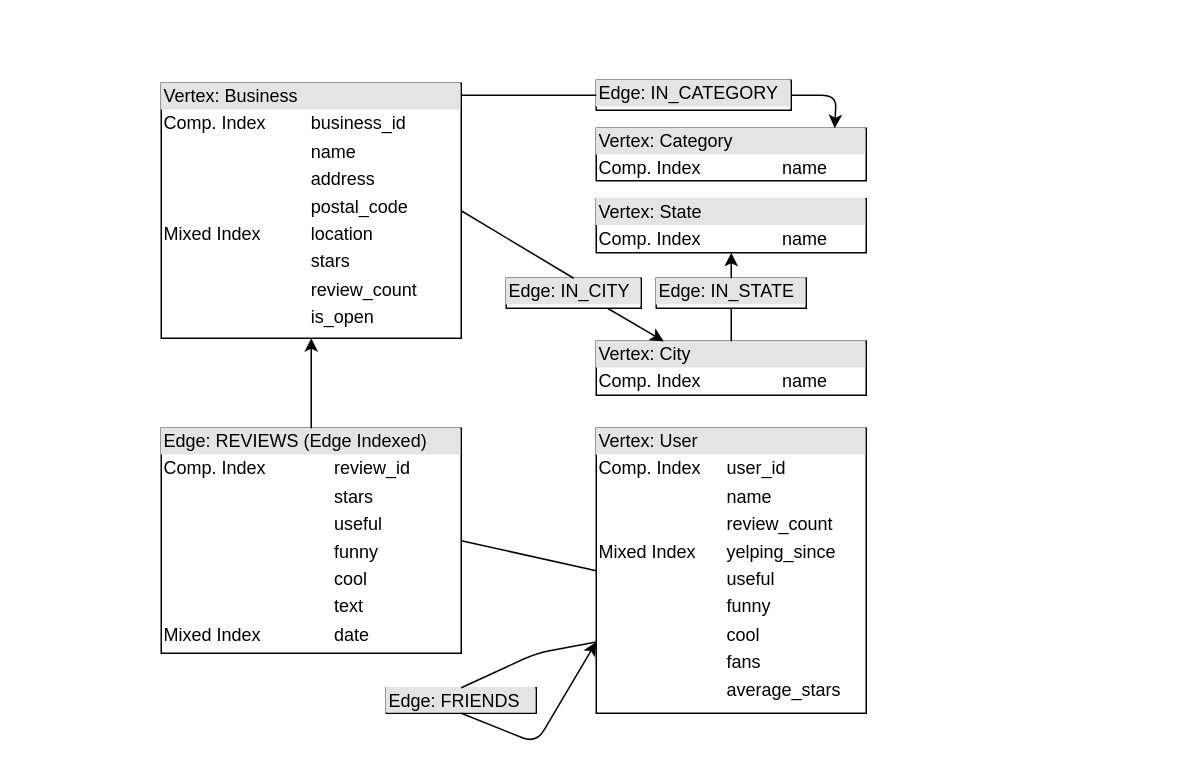
DavidBakerEffendi/providentia keeps this draw.io diagram as providentia-report/drawio/janus-design.drawio. Above is the earlier version. Source tidied: cells renumbered, new cells numbered last; positions are measured from the earlier drawing's top-left corner, leaving out a move shared by most shapes. Both pictures are drawn from the tidied source at 150%, with x=0, y=0 at pixel (160, 80).
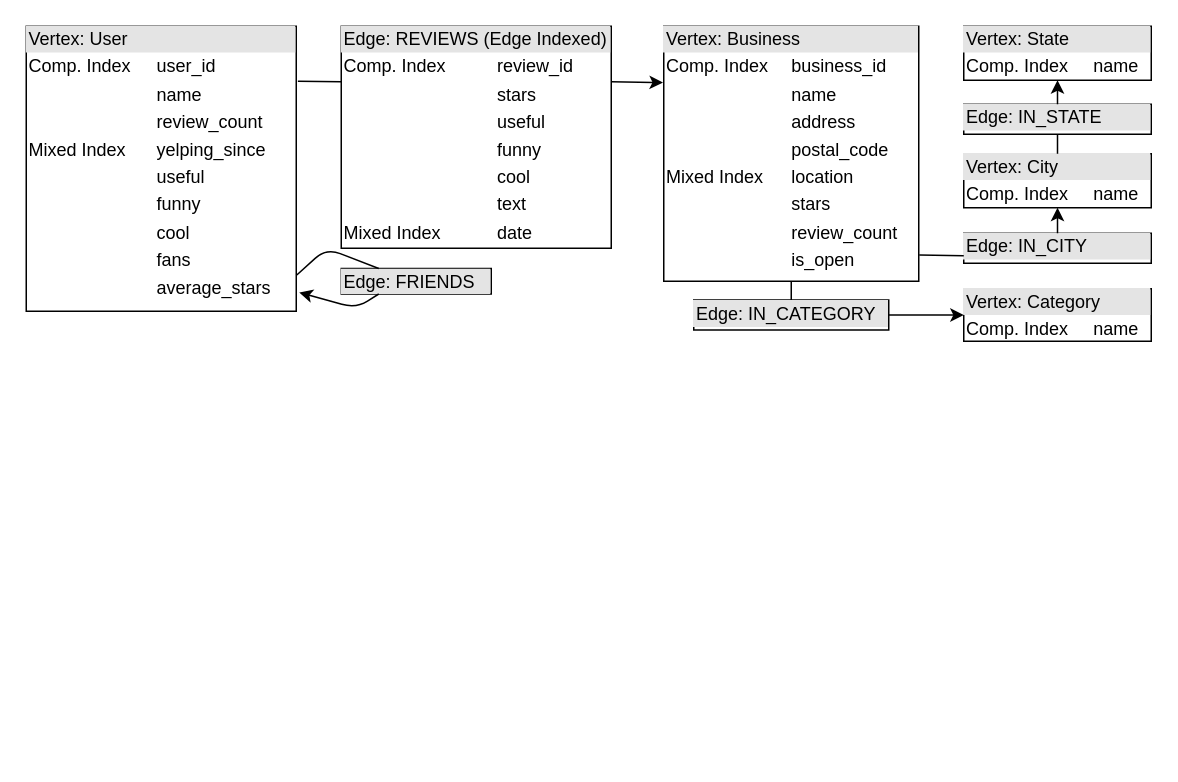
Above is the later version.

Diff of the diagram source:
```diff
@@
     <mxCell id="2" value="&lt;div style=&quot;box-sizing: border-box ; width: 100% ; background: #e4e4e4 ; padding: 2px&quot;&gt;Edge: REVIEWS (Edge Indexed)&lt;/div&gt;&lt;table style=&quot;width: 100% ; font-size: 1em&quot; cellpadding=&quot;2&quot; cellspacing=&quot;0&quot;&gt;&lt;tbody&gt;&lt;tr&gt;&lt;td&gt;Comp. Index&lt;/td&gt;&lt;td&gt;review_id&lt;/td&gt;&lt;/tr&gt;&lt;tr&gt;&lt;td&gt;&lt;br&gt;&lt;/td&gt;&lt;td&gt;stars&lt;/td&gt;&lt;/tr&gt;&lt;tr&gt;&lt;td&gt;&lt;br&gt;&lt;/td&gt;&lt;td&gt;useful&lt;/td&gt;&lt;/tr&gt;&lt;tr&gt;&lt;td&gt;&lt;br&gt;&lt;/td&gt;&lt;td&gt;funny&lt;/td&gt;&lt;/tr&gt;&lt;tr&gt;&lt;td&gt;&lt;br&gt;&lt;/td&gt;&lt;td&gt;cool&lt;/td&gt;&lt;/tr&gt;&lt;tr&gt;&lt;td&gt;&lt;br&gt;&lt;/td&gt;&lt;td&gt;text&lt;/td&gt;&lt;/tr&gt;&lt;tr&gt;&lt;td&gt;Mixed Index&lt;/td&gt;&lt;td&gt;date&lt;/td&gt;&lt;/tr&gt;&lt;/tbody&gt;&lt;/table&gt;" style="verticalAlign=top;align=left;overflow=fill;html=1;" parent="1" vertex="1">
-      <mxGeometry y="232" width="200" height="150" as="geometry" />
+      <mxGeometry x="120" y="-36" width="180" height="148" as="geometry" />
     </mxCell>
     <mxCell id="3" value="&lt;div style=&quot;box-sizing: border-box ; width: 100% ; background: #e4e4e4 ; padding: 2px&quot;&gt;Vertex: Business&lt;/div&gt;&lt;table style=&quot;width: 100% ; font-size: 1em&quot; cellpadding=&quot;2&quot; cellspacing=&quot;0&quot;&gt;&lt;tbody&gt;&lt;tr&gt;&lt;td&gt;Comp. Index&lt;/td&gt;&lt;td&gt;business_id&lt;/td&gt;&lt;/tr&gt;&lt;tr&gt;&lt;td&gt;&lt;br&gt;&lt;/td&gt;&lt;td&gt;name&lt;/td&gt;&lt;/tr&gt;&lt;tr&gt;&lt;td&gt;&lt;br&gt;&lt;/td&gt;&lt;td&gt;address&lt;/td&gt;&lt;/tr&gt;&lt;tr&gt;&lt;td&gt;&lt;br&gt;&lt;/td&gt;&lt;td&gt;postal_code&lt;/td&gt;&lt;/tr&gt;&lt;tr&gt;&lt;td&gt;Mixed Index&lt;/td&gt;&lt;td&gt;location&lt;/td&gt;&lt;/tr&gt;&lt;tr&gt;&lt;td&gt;&lt;br&gt;&lt;/td&gt;&lt;td&gt;stars&lt;/td&gt;&lt;/tr&gt;&lt;tr&gt;&lt;td&gt;&lt;br&gt;&lt;/td&gt;&lt;td&gt;review_count&lt;/td&gt;&lt;/tr&gt;&lt;tr&gt;&lt;td&gt;&lt;br&gt;&lt;/td&gt;&lt;td&gt;is_open&lt;/td&gt;&lt;/tr&gt;&lt;/tbody&gt;&lt;/table&gt;" style="verticalAlign=top;align=left;overflow=fill;html=1;" parent="1" vertex="1">
-      <mxGeometry y="2" width="200" height="170" as="geometry" />
+      <mxGeometry x="335" y="-36" width="170" height="170" as="geometry" />
     </mxCell>
     <mxCell id="4" value="&lt;div style=&quot;box-sizing: border-box ; width: 100% ; background: #e4e4e4 ; padding: 2px&quot;&gt;Vertex: Category&lt;/div&gt;&lt;table style=&quot;width: 100% ; font-size: 1em&quot; cellpadding=&quot;2&quot; cellspacing=&quot;0&quot;&gt;&lt;tbody&gt;&lt;tr&gt;&lt;td&gt;Comp. Index&lt;/td&gt;&lt;td&gt;name&lt;/td&gt;&lt;/tr&gt;&lt;/tbody&gt;&lt;/table&gt;" style="verticalAlign=top;align=left;overflow=fill;html=1;" parent="1" vertex="1">
-      <mxGeometry x="290" y="32" width="180" height="35" as="geometry" />
+      <mxGeometry x="535" y="139" width="125" height="35" as="geometry" />
     </mxCell>
     <mxCell id="5" value="&lt;div style=&quot;box-sizing: border-box ; width: 100% ; background: #e4e4e4 ; padding: 2px&quot;&gt;Edge: FRIENDS&lt;/div&gt;&lt;table style=&quot;width: 100% ; font-size: 1em&quot; cellpadding=&quot;2&quot; cellspacing=&quot;0&quot;&gt;&lt;tbody&gt;&lt;/tbody&gt;&lt;/table&gt;" style="verticalAlign=top;align=left;overflow=fill;html=1;" parent="1" vertex="1">
-      <mxGeometry x="150" y="405" width="100" height="17" as="geometry" />
+      <mxGeometry x="120" y="125.5" width="100" height="17" as="geometry" />
     </mxCell>
     <mxCell id="6" value="&lt;div style=&quot;box-sizing: border-box ; width: 100% ; background: #e4e4e4 ; padding: 2px&quot;&gt;Vertex: User&lt;/div&gt;&lt;table style=&quot;width: 100% ; font-size: 1em&quot; cellpadding=&quot;2&quot; cellspacing=&quot;0&quot;&gt;&lt;tbody&gt;&lt;tr&gt;&lt;td&gt;Comp. Index&lt;/td&gt;&lt;td&gt;user_id&lt;/td&gt;&lt;/tr&gt;&lt;tr&gt;&lt;td&gt;&lt;br&gt;&lt;/td&gt;&lt;td&gt;name&lt;/td&gt;&lt;/tr&gt;&lt;tr&gt;&lt;td&gt;&lt;/td&gt;&lt;td&gt;review_count&lt;br&gt;&lt;/td&gt;&lt;/tr&gt;&lt;tr&gt;&lt;td&gt;Mixed Index&lt;/td&gt;&lt;td&gt;yelping_since&lt;/td&gt;&lt;/tr&gt;&lt;tr&gt;&lt;td&gt;&lt;br&gt;&lt;/td&gt;&lt;td&gt;useful&lt;/td&gt;&lt;/tr&gt;&lt;tr&gt;&lt;td&gt;&lt;br&gt;&lt;/td&gt;&lt;td&gt;funny&lt;/td&gt;&lt;/tr&gt;&lt;tr&gt;&lt;td&gt;&lt;br&gt;&lt;/td&gt;&lt;td&gt;cool&lt;/td&gt;&lt;/tr&gt;&lt;tr&gt;&lt;td&gt;&lt;br&gt;&lt;/td&gt;&lt;td&gt;fans&lt;/td&gt;&lt;/tr&gt;&lt;tr&gt;&lt;td&gt;&lt;br&gt;&lt;/td&gt;&lt;td&gt;average_stars&lt;/td&gt;&lt;/tr&gt;&lt;/tbody&gt;&lt;/table&gt;" style="verticalAlign=top;align=left;overflow=fill;html=1;" parent="1" vertex="1">
-      <mxGeometry x="290" y="232" width="180" height="190" as="geometry" />
+      <mxGeometry x="-90" y="-36" width="180" height="190" as="geometry" />
     </mxCell>
     <mxCell id="7" value="&lt;div style=&quot;box-sizing: border-box ; width: 100% ; background: #e4e4e4 ; padding: 2px&quot;&gt;Vertex: City&lt;/div&gt;&lt;table style=&quot;width: 100% ; font-size: 1em&quot; cellpadding=&quot;2&quot; cellspacing=&quot;0&quot;&gt;&lt;tbody&gt;&lt;tr&gt;&lt;td&gt;Comp. Index&lt;/td&gt;&lt;td&gt;name&lt;/td&gt;&lt;/tr&gt;&lt;tr&gt;&lt;td&gt;&lt;/td&gt;&lt;td&gt;&lt;br&gt;&lt;/td&gt;&lt;/tr&gt;&lt;/tbody&gt;&lt;/table&gt;" style="verticalAlign=top;align=left;overflow=fill;html=1;" parent="1" vertex="1">
-      <mxGeometry x="290" y="174" width="180" height="36" as="geometry" />
+      <mxGeometry x="535" y="49" width="125" height="36" as="geometry" />
     </mxCell>
     <mxCell id="8" value="&lt;div style=&quot;box-sizing: border-box ; width: 100% ; background: #e4e4e4 ; padding: 2px&quot;&gt;Edge: IN_CATEGORY&lt;/div&gt;&lt;table style=&quot;width: 100% ; font-size: 1em&quot; cellpadding=&quot;2&quot; cellspacing=&quot;0&quot;&gt;&lt;tbody&gt;&lt;/tbody&gt;&lt;/table&gt;" style="verticalAlign=top;align=left;overflow=fill;html=1;" parent="1" vertex="1">
-      <mxGeometry x="290" width="130" height="20" as="geometry" />
+      <mxGeometry x="355" y="146.5" width="130" height="20" as="geometry" />
     </mxCell>
     <mxCell id="9" value="&lt;div style=&quot;box-sizing: border-box ; width: 100% ; background: #e4e4e4 ; padding: 2px&quot;&gt;Vertex: State&lt;/div&gt;&lt;table style=&quot;width: 100% ; font-size: 1em&quot; cellpadding=&quot;2&quot; cellspacing=&quot;0&quot;&gt;&lt;tbody&gt;&lt;tr&gt;&lt;td&gt;Comp. Index&lt;/td&gt;&lt;td&gt;name&lt;/td&gt;&lt;/tr&gt;&lt;tr&gt;&lt;td&gt;&lt;/td&gt;&lt;td&gt;&lt;br&gt;&lt;/td&gt;&lt;/tr&gt;&lt;/tbody&gt;&lt;/table&gt;" style="verticalAlign=top;align=left;overflow=fill;html=1;" parent="1" vertex="1">
-      <mxGeometry x="290" y="79" width="180" height="36" as="geometry" />
+      <mxGeometry x="535" y="-36" width="125" height="36" as="geometry" />
     </mxCell>
-    <mxCell id="10" style="endArrow=classic;html=1;entryX=0.5;entryY=1;entryDx=0;entryDy=0;exitX=0.5;exitY=0;exitDx=0;exitDy=0;" parent="1" edge="1" source="2" target="3">
+    <mxCell id="10" style="endArrow=classic;html=1;entryX=-0.003;entryY=0.221;entryDx=0;entryDy=0;exitX=1;exitY=0.25;exitDx=0;exitDy=0;entryPerimeter=0;" parent="1" edge="1" source="2" target="3">
       <mxGeometry relative="1" as="geometry" />
     </mxCell>
-    <mxCell id="11" style="endArrow=none;html=1;entryX=0;entryY=0.5;entryDx=0;entryDy=0;exitX=1;exitY=0.5;exitDx=0;exitDy=0;" parent="1" edge="1" source="2" target="6">
+    <mxCell id="11" style="endArrow=none;html=1;exitX=0;exitY=0.25;exitDx=0;exitDy=0;entryX=1.006;entryY=0.193;entryDx=0;entryDy=0;entryPerimeter=0;" parent="1" edge="1" source="2" target="6">
       <mxGeometry relative="1" as="geometry" />
     </mxCell>
-    <mxCell id="12" style="endArrow=classic;html=1;entryX=0;entryY=0.75;entryDx=0;entryDy=0;exitX=0.5;exitY=1;exitDx=0;exitDy=0;" parent="1" edge="1" source="5" target="6">
+    <mxCell id="12" style="endArrow=classic;html=1;exitX=0.25;exitY=1;exitDx=0;exitDy=0;entryX=1.011;entryY=0.934;entryDx=0;entryDy=0;entryPerimeter=0;" parent="1" edge="1" source="5" target="6">
       <mxGeometry relative="1" as="geometry">
         <Array as="points">
-          <mxPoint x="250" y="442" />
+          <mxPoint x="130" y="152" />
         </Array>
       </mxGeometry>
     </mxCell>
-    <mxCell id="13" style="endArrow=none;html=1;entryX=0;entryY=0.75;entryDx=0;entryDy=0;exitX=0.5;exitY=0;exitDx=0;exitDy=0;" parent="1" edge="1" source="5" target="6">
+    <mxCell id="13" style="endArrow=none;html=1;entryX=1.002;entryY=0.873;entryDx=0;entryDy=0;exitX=0.25;exitY=0;exitDx=0;exitDy=0;entryPerimeter=0;" parent="1" edge="1" source="5" target="6">
       <mxGeometry relative="1" as="geometry">
         <Array as="points">
-          <mxPoint x="250" y="382" />
+          <mxPoint x="110" y="112" />
         </Array>
       </mxGeometry>
     </mxCell>
     <mxCell id="14" value="&lt;div style=&quot;box-sizing: border-box ; width: 100% ; background: #e4e4e4 ; padding: 2px&quot;&gt;Edge: IN_CITY&lt;/div&gt;&lt;table style=&quot;width: 100% ; font-size: 1em&quot; cellpadding=&quot;2&quot; cellspacing=&quot;0&quot;&gt;&lt;tbody&gt;&lt;/tbody&gt;&lt;/table&gt;" style="verticalAlign=top;align=left;overflow=fill;html=1;" parent="1" vertex="1">
-      <mxGeometry x="230" y="132" width="90" height="20" as="geometry" />
+      <mxGeometry x="535" y="102" width="125" height="20" as="geometry" />
     </mxCell>
     <mxCell id="15" value="&lt;div style=&quot;box-sizing: border-box ; width: 100% ; background: #e4e4e4 ; padding: 2px&quot;&gt;Edge: IN_STATE&lt;/div&gt;&lt;table style=&quot;width: 100% ; font-size: 1em&quot; cellpadding=&quot;2&quot; cellspacing=&quot;0&quot;&gt;&lt;tbody&gt;&lt;/tbody&gt;&lt;/table&gt;" style="verticalAlign=top;align=left;overflow=fill;html=1;" parent="1" vertex="1">
-      <mxGeometry x="330" y="132" width="100" height="20" as="geometry" />
+      <mxGeometry x="535" y="16" width="125" height="20" as="geometry" />
     </mxCell>
-    <mxCell id="16" style="endArrow=none;html=1;entryX=1;entryY=0.5;entryDx=0;entryDy=0;exitX=0.5;exitY=0;exitDx=0;exitDy=0;" parent="1" edge="1" source="14" target="3">
+    <mxCell id="16" style="endArrow=none;html=1;entryX=1.002;entryY=0.897;entryDx=0;entryDy=0;exitX=0;exitY=0.75;exitDx=0;exitDy=0;entryPerimeter=0;" parent="1" edge="1" source="14" target="3">
       <mxGeometry relative="1" as="geometry" />
     </mxCell>
-    <mxCell id="17" style="endArrow=classic;html=1;entryX=0.25;entryY=0;entryDx=0;entryDy=0;exitX=0.75;exitY=1;exitDx=0;exitDy=0;" parent="1" edge="1" source="14" target="7">
+    <mxCell id="17" style="endArrow=classic;html=1;entryX=0.5;entryY=1;entryDx=0;entryDy=0;exitX=0.5;exitY=0;exitDx=0;exitDy=0;" parent="1" edge="1" source="14" target="7">
       <mxGeometry relative="1" as="geometry" />
     </mxCell>
@@
-    <mxCell id="20" style="endArrow=none;html=1;exitX=0;exitY=0.5;exitDx=0;exitDy=0;" parent="1" edge="1" source="8">
-      <mxGeometry relative="1" as="geometry">
-        <mxPoint x="200" y="10" as="targetPoint" />
-      </mxGeometry>
+    <mxCell id="20" style="endArrow=none;html=1;exitX=0.5;exitY=0;exitDx=0;exitDy=0;entryX=0.5;entryY=1;entryDx=0;entryDy=0;" parent="1" edge="1" source="8" target="3">
+      <mxGeometry relative="1" as="geometry" />
     </mxCell>
-    <mxCell id="21" style="endArrow=classic;html=1;exitX=1;exitY=0.5;exitDx=0;exitDy=0;exitPerimeter=0;" parent="1" edge="1" source="8">
-      <mxGeometry relative="1" as="geometry">
-        <mxPoint x="449" y="32" as="targetPoint" />
-        <Array as="points">
-          <mxPoint x="450" y="10" />
-        </Array>
-      </mxGeometry>
+    <mxCell id="21" style="endArrow=classic;html=1;exitX=1;exitY=0.5;exitDx=0;exitDy=0;exitPerimeter=0;entryX=0;entryY=0.5;entryDx=0;entryDy=0;" parent="1" edge="1" source="8" target="4">
+      <mxGeometry relative="1" as="geometry" />
     </mxCell>
```
